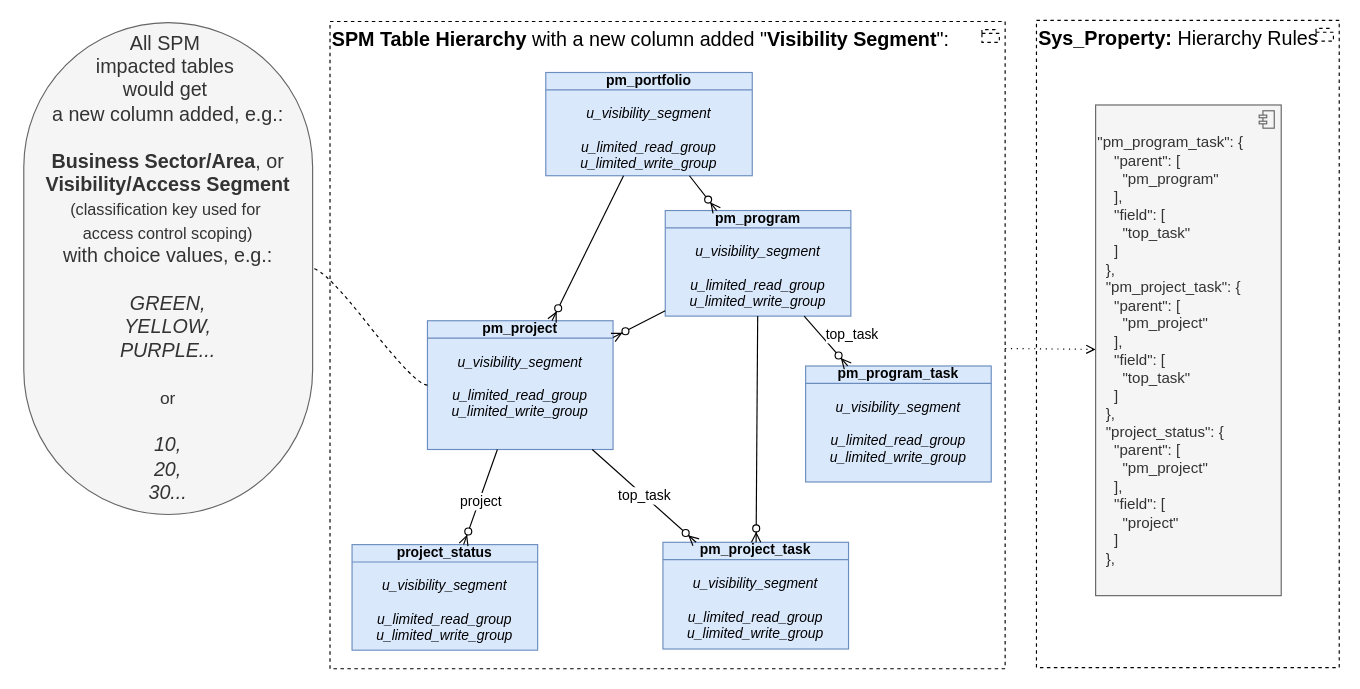
Above: page "hier1" (4 of 20) of Sar.drawio in algimas/tmp (draw.io), before the change. Source tidied: cells renumbered, new cells numbered last; positions are measured from the earlier drawing's top-left corner, leaving out a move shared by most shapes. Both pictures are drawn from the tidied source at 116%, with x=0, y=0 at pixel (23, 20).
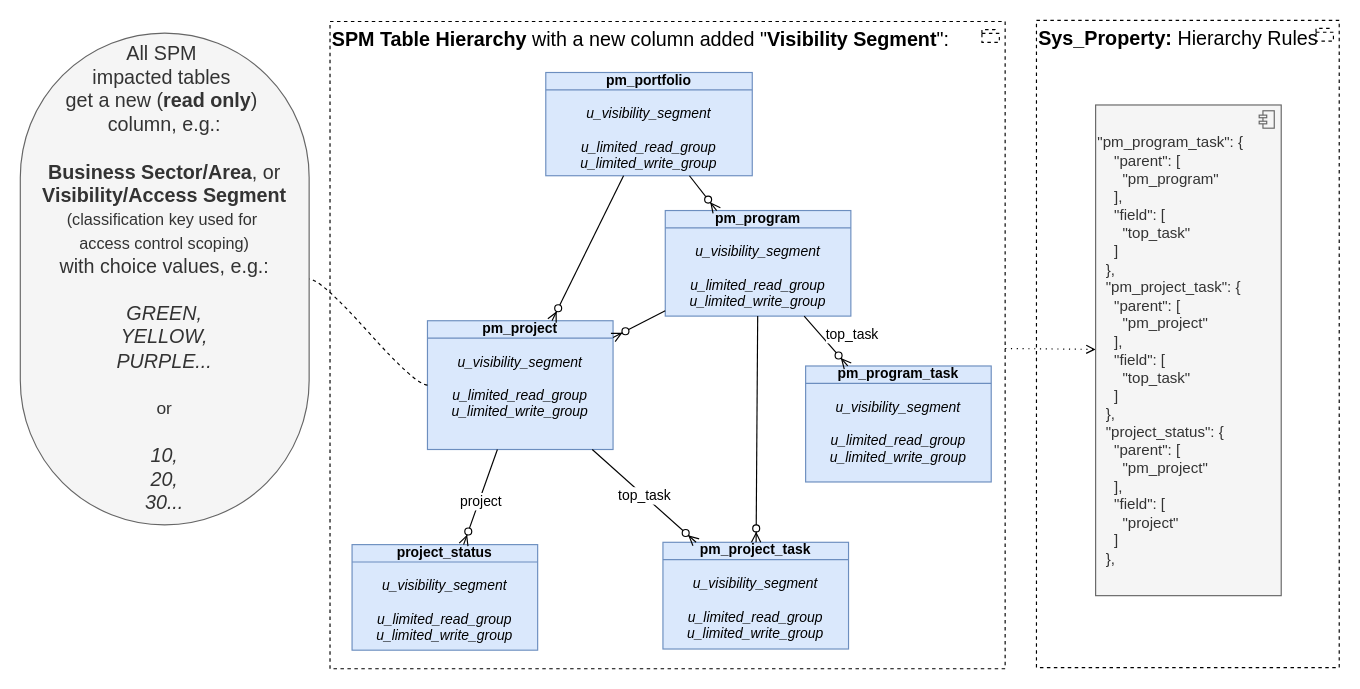
The same page after the edit.

What changed in the source:
```diff
@@
-    <mxCell id="20" value="&lt;div&gt;All SPM&amp;nbsp;&lt;/div&gt;&lt;div&gt;impacted tables&amp;nbsp;&lt;/div&gt;&lt;div&gt;would get&amp;nbsp;&lt;/div&gt;&lt;div&gt;a new&amp;nbsp;column added, e.g.:&lt;/div&gt;&lt;div&gt;&lt;br&gt;&lt;/div&gt;&lt;div&gt;&lt;b&gt;Business Sector/Area&lt;/b&gt;, or&lt;/div&gt;&lt;div&gt;&lt;b&gt;Visibility/Access Segment&lt;/b&gt;&lt;/div&gt;&lt;div&gt;&lt;font style=&quot;font-size: 14px;&quot;&gt;(classification key used for&amp;nbsp;&lt;/font&gt;&lt;div&gt;&lt;font style=&quot;font-size: 14px;&quot;&gt;access control scoping)&lt;/font&gt;&lt;/div&gt;&lt;/div&gt;&lt;div&gt;with choice values, e.g.:&lt;/div&gt;&lt;div&gt;&lt;br&gt;&lt;/div&gt;&lt;div&gt;&lt;i&gt;GREEN,&lt;/i&gt;&lt;/div&gt;&lt;div&gt;&lt;i&gt;YELLOW,&lt;/i&gt;&lt;/div&gt;&lt;div&gt;&lt;i&gt;PURPLE...&lt;/i&gt;&lt;/div&gt;&lt;div&gt;&lt;br&gt;&lt;/div&gt;&lt;div&gt;&lt;font style=&quot;font-size: 15px;&quot;&gt;or&lt;/font&gt;&lt;/div&gt;&lt;div&gt;&lt;br&gt;&lt;/div&gt;&lt;div&gt;&lt;i&gt;10,&lt;/i&gt;&lt;/div&gt;&lt;div&gt;&lt;i&gt;20,&lt;/i&gt;&lt;/div&gt;&lt;div&gt;&lt;i&gt;30...&lt;/i&gt;&lt;/div&gt;" style="whiteSpace=wrap;html=1;rounded=1;arcSize=50;align=center;verticalAlign=middle;strokeWidth=1;spacing=4;newEdgeStyle={&quot;edgeStyle&quot;:&quot;entityRelationEdgeStyle&quot;,&quot;startArrow&quot;:&quot;none&quot;,&quot;endArrow&quot;:&quot;none&quot;,&quot;segment&quot;:10,&quot;curved&quot;:1,&quot;sourcePerimeterSpacing&quot;:0,&quot;targetPerimeterSpacing&quot;:0};fillColor=#f5f5f5;strokeColor=#666666;fontColor=#333333;fontSize=17;" parent="1" vertex="1">
-      <mxGeometry y="2" width="249" height="424" as="geometry" />
+    <mxCell id="20" value="&lt;div&gt;All SPM&amp;nbsp;&lt;/div&gt;&lt;div&gt;impacted tables&amp;nbsp;&lt;/div&gt;&lt;div&gt;get&amp;nbsp;a new (&lt;b&gt;read only&lt;/b&gt;)&amp;nbsp;&lt;/div&gt;&lt;div&gt;column, e.g.:&lt;/div&gt;&lt;div&gt;&lt;br&gt;&lt;/div&gt;&lt;div&gt;&lt;b&gt;Business Sector/Area&lt;/b&gt;, or&lt;/div&gt;&lt;div&gt;&lt;b&gt;Visibility/Access Segment&lt;/b&gt;&lt;/div&gt;&lt;div&gt;&lt;font style=&quot;font-size: 14px;&quot;&gt;(classification key used for&amp;nbsp;&lt;/font&gt;&lt;div&gt;&lt;font style=&quot;font-size: 14px;&quot;&gt;access control scoping)&lt;/font&gt;&lt;/div&gt;&lt;/div&gt;&lt;div&gt;with choice values, e.g.:&lt;/div&gt;&lt;div&gt;&lt;br&gt;&lt;/div&gt;&lt;div&gt;&lt;i&gt;GREEN,&lt;/i&gt;&lt;/div&gt;&lt;div&gt;&lt;i&gt;YELLOW,&lt;/i&gt;&lt;/div&gt;&lt;div&gt;&lt;i&gt;PURPLE...&lt;/i&gt;&lt;/div&gt;&lt;div&gt;&lt;br&gt;&lt;/div&gt;&lt;div&gt;&lt;font style=&quot;font-size: 15px;&quot;&gt;or&lt;/font&gt;&lt;/div&gt;&lt;div&gt;&lt;br&gt;&lt;/div&gt;&lt;div&gt;&lt;i&gt;10,&lt;/i&gt;&lt;/div&gt;&lt;div&gt;&lt;i&gt;20,&lt;/i&gt;&lt;/div&gt;&lt;div&gt;&lt;i&gt;30...&lt;/i&gt;&lt;/div&gt;" style="whiteSpace=wrap;html=1;rounded=1;arcSize=50;align=center;verticalAlign=middle;strokeWidth=1;spacing=4;newEdgeStyle={&quot;edgeStyle&quot;:&quot;entityRelationEdgeStyle&quot;,&quot;startArrow&quot;:&quot;none&quot;,&quot;endArrow&quot;:&quot;none&quot;,&quot;segment&quot;:10,&quot;curved&quot;:1,&quot;sourcePerimeterSpacing&quot;:0,&quot;targetPerimeterSpacing&quot;:0};fillColor=#f5f5f5;strokeColor=#666666;fontColor=#333333;fontSize=17;" parent="1" vertex="1">
+      <mxGeometry x="-3" y="11" width="249" height="424" as="geometry" />
     </mxCell>
```
